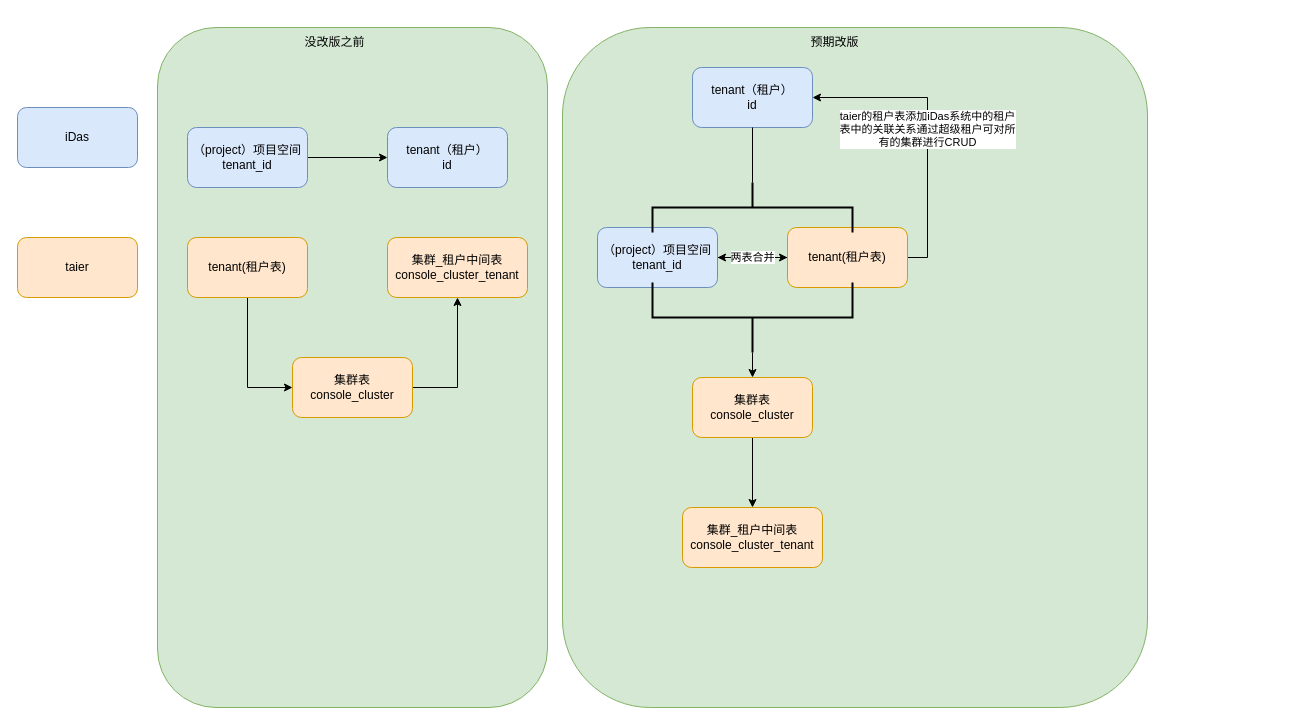
This is 9zdata/iDas/iDas_Taier_DS之间的表映射关系.drawio from kushinae/diagrams, a draw.io file, before an edit. Source tidied: cells renumbered, new cells numbered last; positions are measured from the earlier drawing's top-left corner, leaving out a move shared by most shapes. Both pictures are drawn from the tidied source at 100%, with x=0, y=0 at pixel (17, 27).
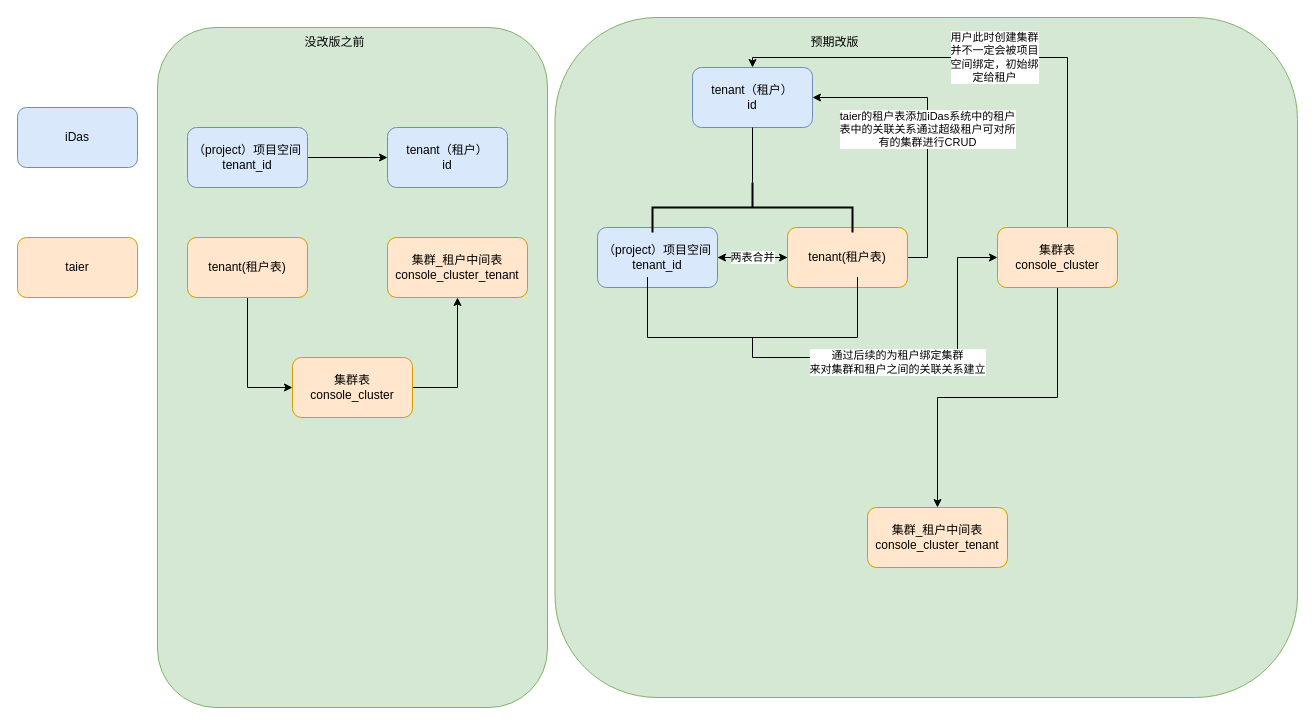
Above is the later version.

Commit message (it also covers changes not shown here):
更新iDas_Taier_DS之间的表映射关系.drawio

Unchanged cells that the change refers to:
```xml
<mxCell id="16" value="tenant（租户）&lt;br&gt;id" style="whiteSpace=wrap;html=1;fillColor=#dae8fc;strokeColor=#6c8ebf;rounded=1;" parent="1" vertex="1">
  <mxGeometry x="675" y="40" width="120" height="60" as="geometry" />
</mxCell>
```

The edit, as a diff of the source:
```diff
@@
     <mxCell id="2" style="rounded=1;whiteSpace=wrap;html=1;fillColor=#d5e8d4;strokeColor=#82b366;" parent="1" vertex="1">
-      <mxGeometry x="545" width="585" height="680" as="geometry" />
+      <mxGeometry x="537.5" y="-10" width="742.5" height="680" as="geometry" />
     </mxCell>
@@
     <mxCell id="20" value="集群_租户中间表&lt;br&gt;console_cluster_tenant" style="whiteSpace=wrap;html=1;fillColor=#ffe6cc;strokeColor=#d79b00;rounded=1;" parent="1" vertex="1">
-      <mxGeometry x="665" y="480" width="140" height="60" as="geometry" />
+      <mxGeometry x="850" y="480" width="140" height="60" as="geometry" />
     </mxCell>
@@
+    <mxCell id="29" value="用户此时创建集群&lt;br&gt;并不一定会被项目&lt;br&gt;空间绑定，初始绑&lt;br&gt;定给租户" style="edgeStyle=orthogonalEdgeStyle;rounded=0;jettySize=auto;html=1;entryX=0.5;entryY=0;entryDx=0;entryDy=0;exitX=0.5;exitY=0;exitDx=0;exitDy=0;" parent="1" edge="1" source="22" target="16">
+      <mxGeometry relative="1" as="geometry">
+        <Array as="points">
+          <mxPoint x="1050" y="30" />
+          <mxPoint x="735" y="30" />
+        </Array>
+      </mxGeometry>
+    </mxCell>
     <mxCell id="22" value="集群表&lt;br&gt;console_cluster" style="whiteSpace=wrap;html=1;fillColor=#ffe6cc;strokeColor=#d79b00;rounded=1;" parent="1" vertex="1">
-      <mxGeometry x="675" y="350" width="120" height="60" as="geometry" />
+      <mxGeometry x="980" y="200" width="120" height="60" as="geometry" />
     </mxCell>
-    <mxCell id="23" style="edgeStyle=orthogonalEdgeStyle;rounded=0;jettySize=auto;html=1;entryX=0.5;entryY=0;entryDx=0;entryDy=0;" parent="1" edge="1" source="24" target="22">
-      <mxGeometry relative="1" as="geometry" />
-    </mxCell>
-    <mxCell id="24" style="strokeWidth=2;html=1;shape=mxgraph.flowchart.annotation_2;align=left;labelPosition=right;rotation=-90;" parent="1" vertex="1">
-      <mxGeometry x="700" y="190" width="70" height="200" as="geometry" />
-    </mxCell>
@@
+    <mxCell id="30" style="edgeStyle=orthogonalEdgeStyle;rounded=0;jettySize=auto;html=1;entryX=0;entryY=0.5;entryDx=0;entryDy=0;exitX=0.5;exitY=1;exitDx=0;exitDy=0;" parent="1" edge="1" source="32" target="22">
+      <mxGeometry relative="1" as="geometry">
+        <Array as="points">
+          <mxPoint x="735" y="330" />
+          <mxPoint x="940" y="330" />
+          <mxPoint x="940" y="230" />
+        </Array>
+      </mxGeometry>
+    </mxCell>
+    <mxCell id="31" value="通过后续的为租户绑定集群&lt;br&gt;来对集群和租户之间的关联关系建立" style="edgeLabel;html=1;align=center;verticalAlign=middle;" parent="30" vertex="1">
+      <mxGeometry x="-0.1" y="-4" relative="1" as="geometry" />
+    </mxCell>
+    <mxCell id="32" style="shape=partialRectangle;whiteSpace=wrap;html=1;bottom=1;right=1;left=1;top=0;fillColor=none;routingCenterX=-0.5;" parent="1" vertex="1">
+      <mxGeometry x="630" y="250" width="210" height="60" as="geometry" />
+    </mxCell>
```
